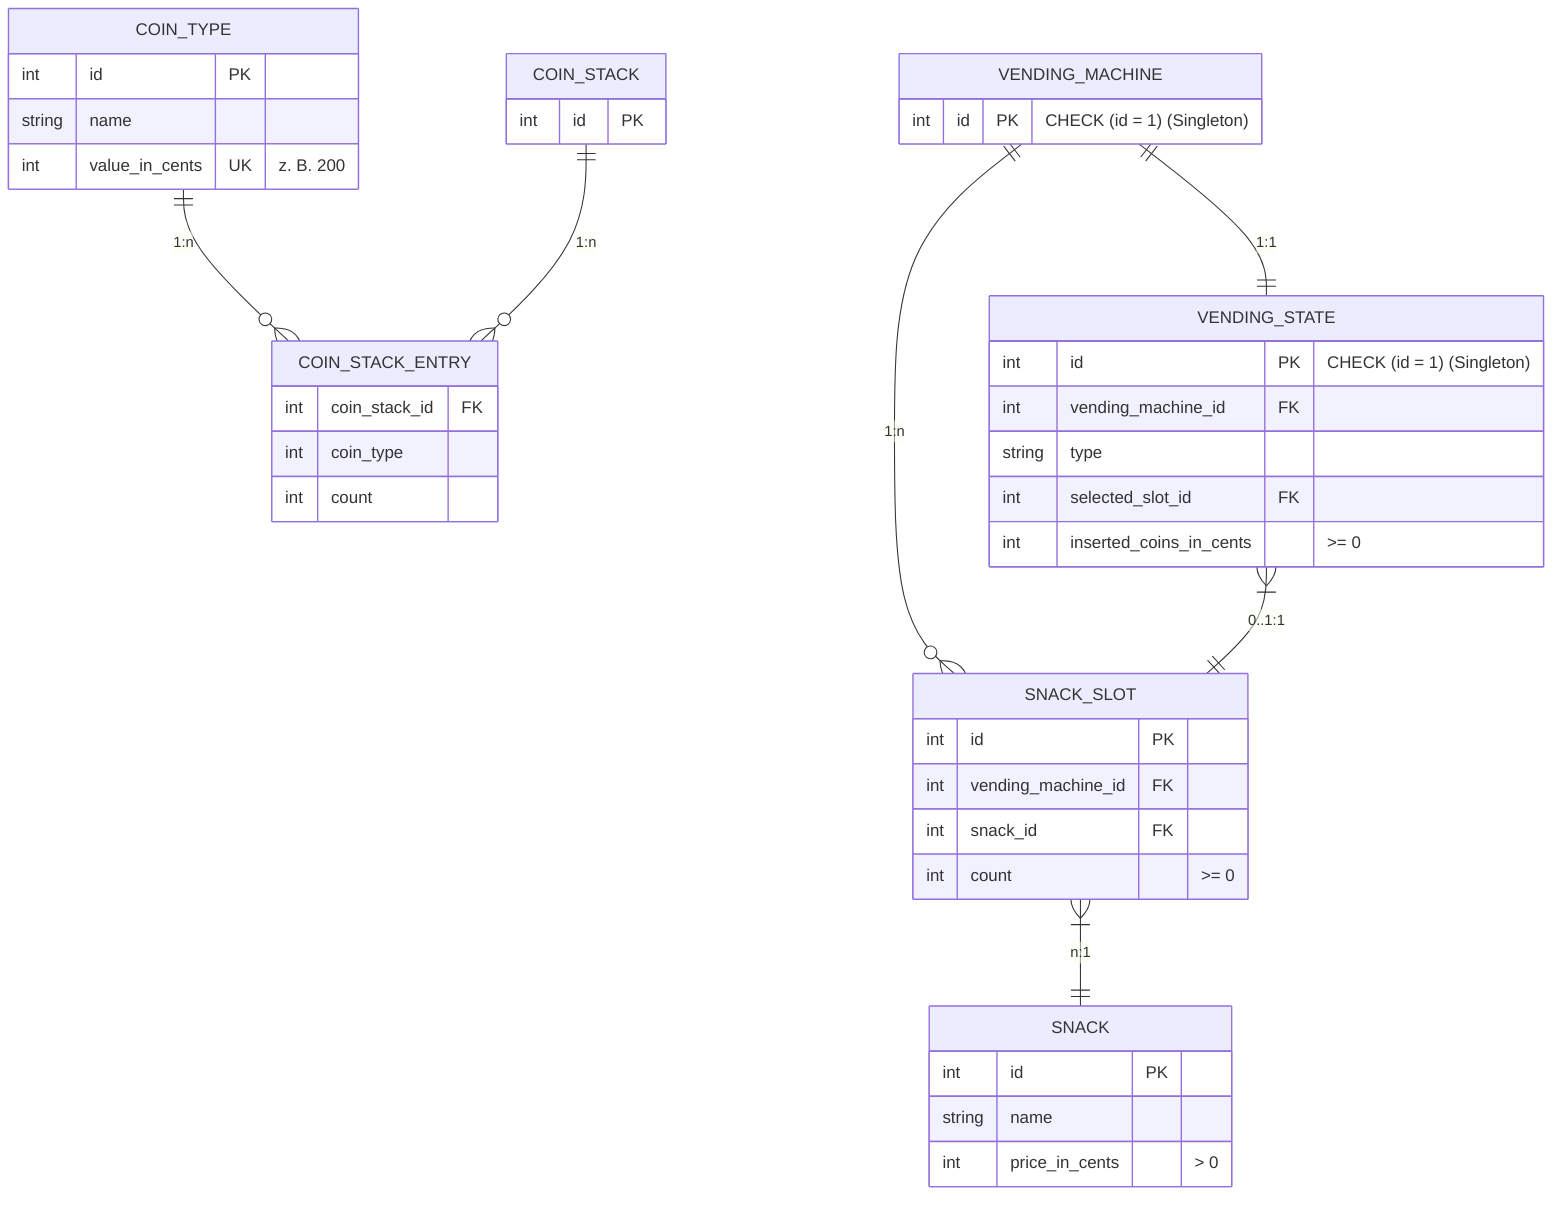
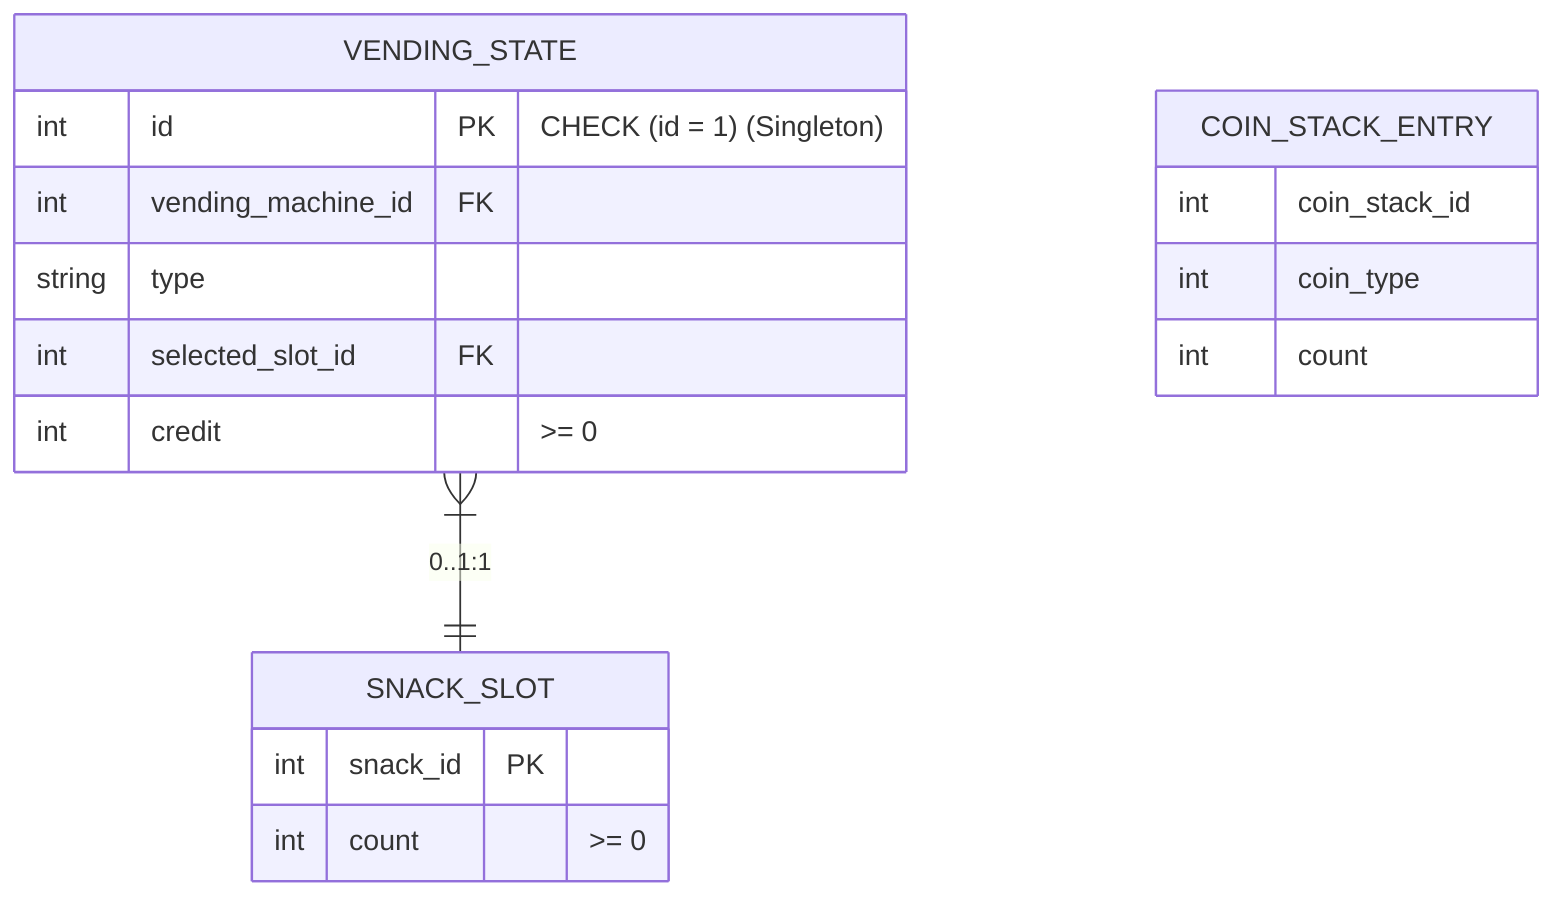
erDiagram
-     COIN_TYPE ||--o{ COIN_STACK_ENTRY : "1:n"
-     COIN_STACK ||--o{ COIN_STACK_ENTRY : "1:n"
-     VENDING_MACHINE ||--o{ SNACK_SLOT : "1:n"
-     VENDING_MACHINE ||--|| VENDING_STATE : "1:1"
-     SNACK_SLOT }|--|| SNACK : "n:1"
+     %% VENDING_MACHINE ||--o{ SNACK_SLOT : "1:n"
+     %% VENDING_MACHINE ||--|| VENDING_STATE : "1:1"
    VENDING_STATE }|--|| SNACK_SLOT : "0..1:1"

-     COIN_TYPE {
-         int id PK
-         string name
-         int value_in_cents UK "z. B. 200"
-     }
- 
-     COIN_STACK {
-         int id PK
-     }

    COIN_STACK_ENTRY {
-         int coin_stack_id FK
+         int coin_stack_id
        int coin_type
        int count
    }
- 
-     VENDING_MACHINE {
-         int id PK "CHECK (id = 1) (Singleton)"
-     }
- 
-     SNACK {
-         int id PK
-         string name
-         int price_in_cents "> 0"
-     }
- 
    SNACK_SLOT {
-         int id PK
-         int vending_machine_id FK
-         int snack_id FK
+         int snack_id PK
        int count ">= 0"
    }

    VENDING_STATE {
        int id PK "CHECK (id = 1) (Singleton)"
        int vending_machine_id FK
        string type
        int selected_slot_id FK
-         int inserted_coins_in_cents ">= 0"
+         int credit ">= 0"
    }